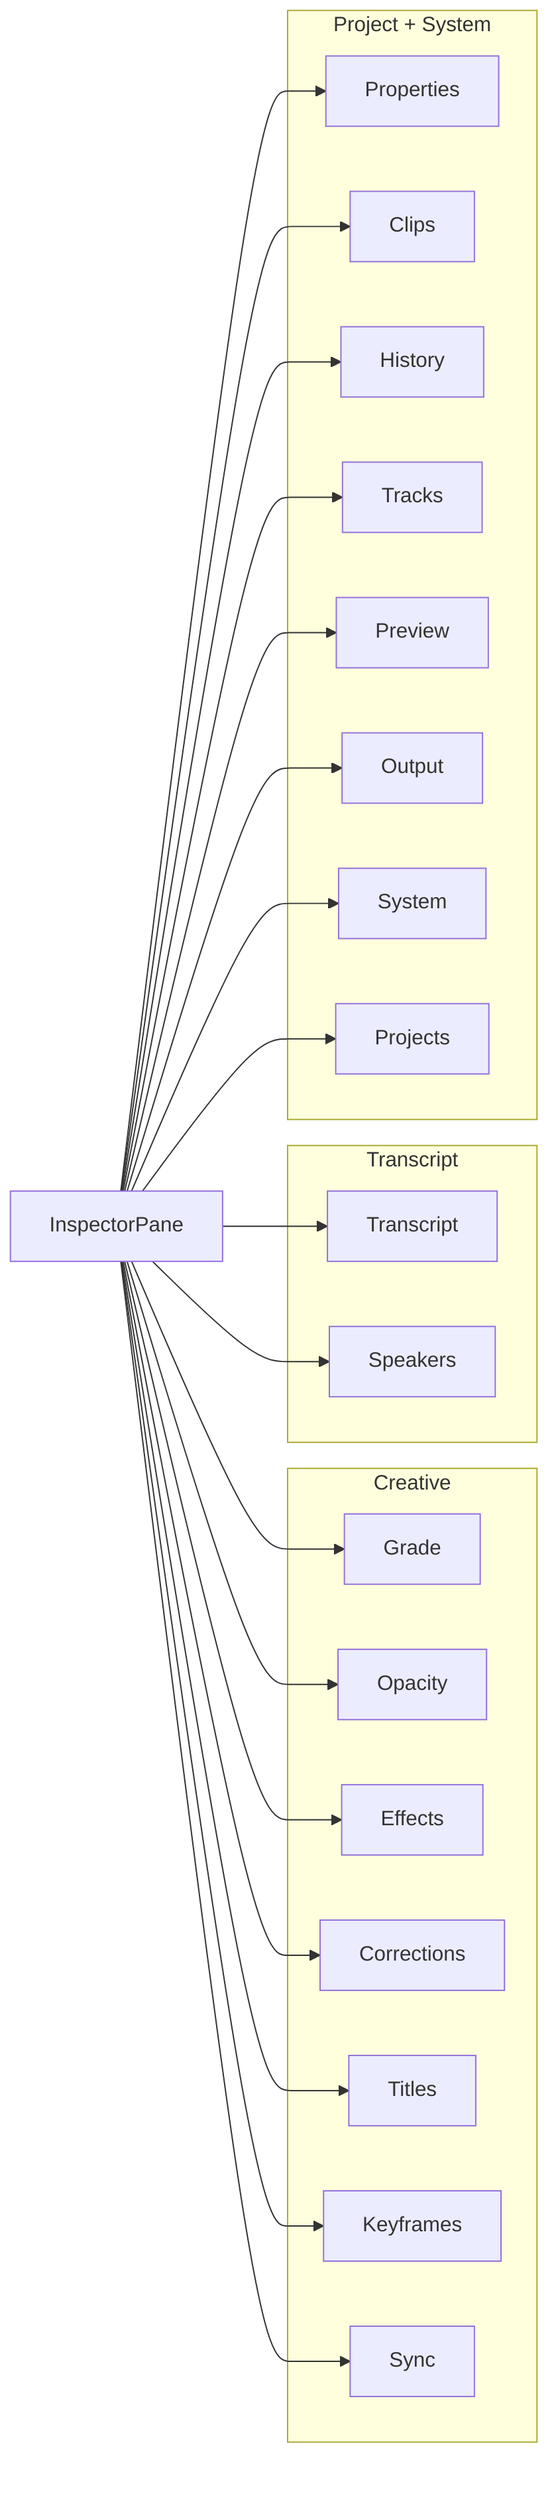
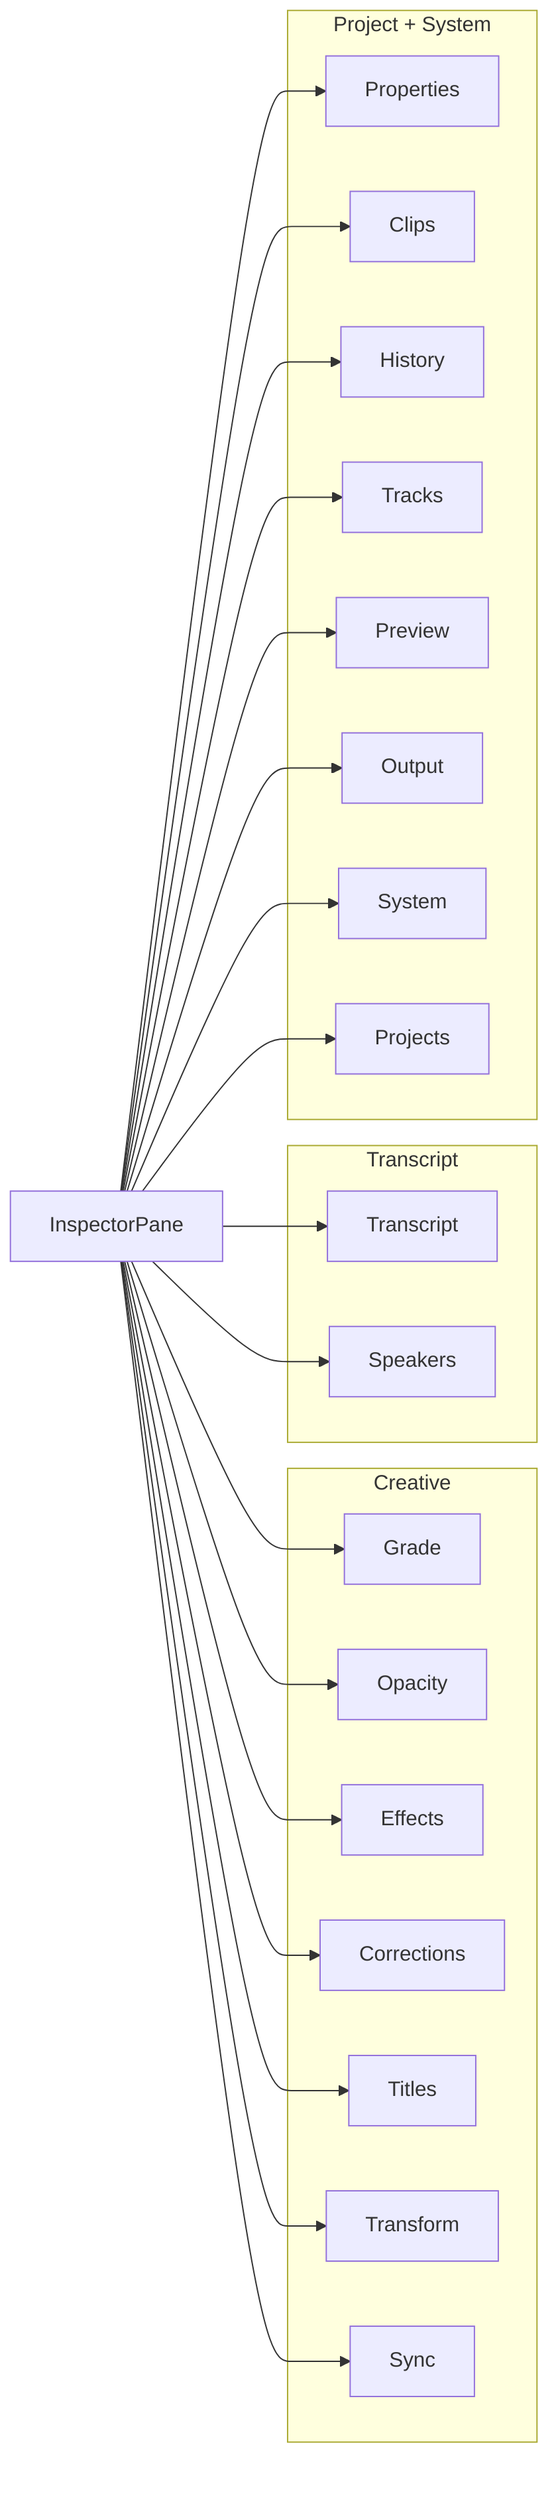
flowchart LR
    IP[InspectorPane]

    subgraph Creative[Creative]
        G[Grade]
        O[Opacity]
        E[Effects]
        C[Corrections]
        T[Titles]
-         K[Keyframes]
+         K[Transform]
        S[Sync]
    end

    subgraph Transcript[Transcript]
        TR[Transcript]
        SP[Speakers]
    end

    subgraph Project[Project + System]
        P[Properties]
        CL[Clips]
        H[History]
        TK[Tracks]
        PR[Preview]
        OUT[Output]
        SYS[System]
        PJ[Projects]
    end

    IP --> G
    IP --> O
    IP --> E
    IP --> C
    IP --> T
    IP --> K
    IP --> S
    IP --> TR
    IP --> SP
    IP --> P
    IP --> CL
    IP --> H
    IP --> TK
    IP --> PR
    IP --> OUT
    IP --> SYS
    IP --> PJ
